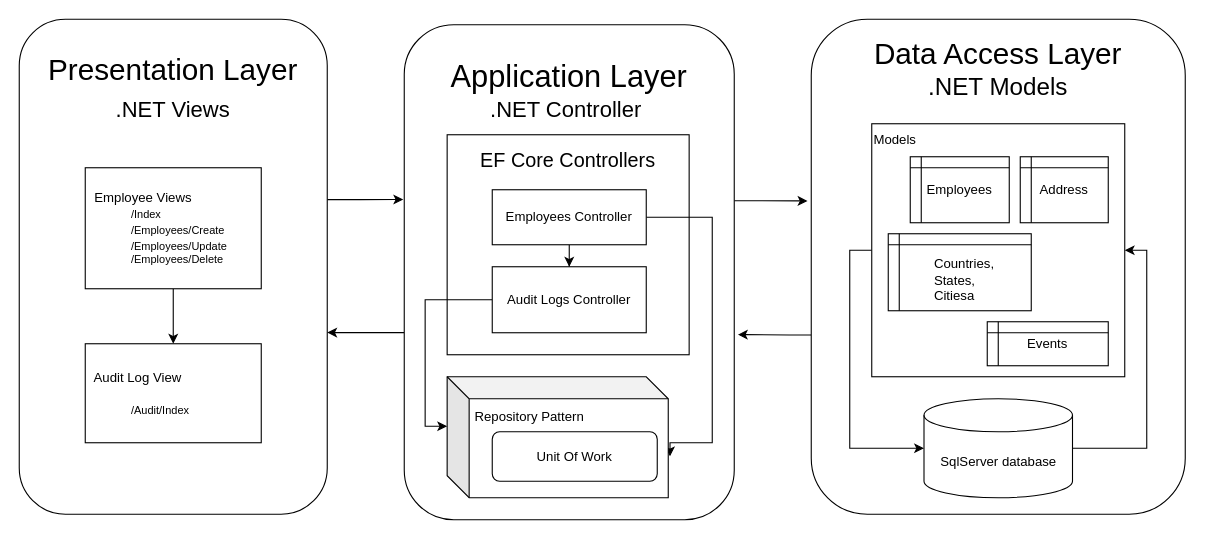
This is src/assets/Untitled Diagram.drawio from ShivaShirsath/React-AuditForEmp, a draw.io file, before an edit. Source tidied: cells renumbered, new cells numbered last; positions are measured from the earlier drawing's top-left corner, leaving out a move shared by most shapes. Both pictures are drawn from the tidied source at 110%, with x=0, y=0 at pixel (19, 19).
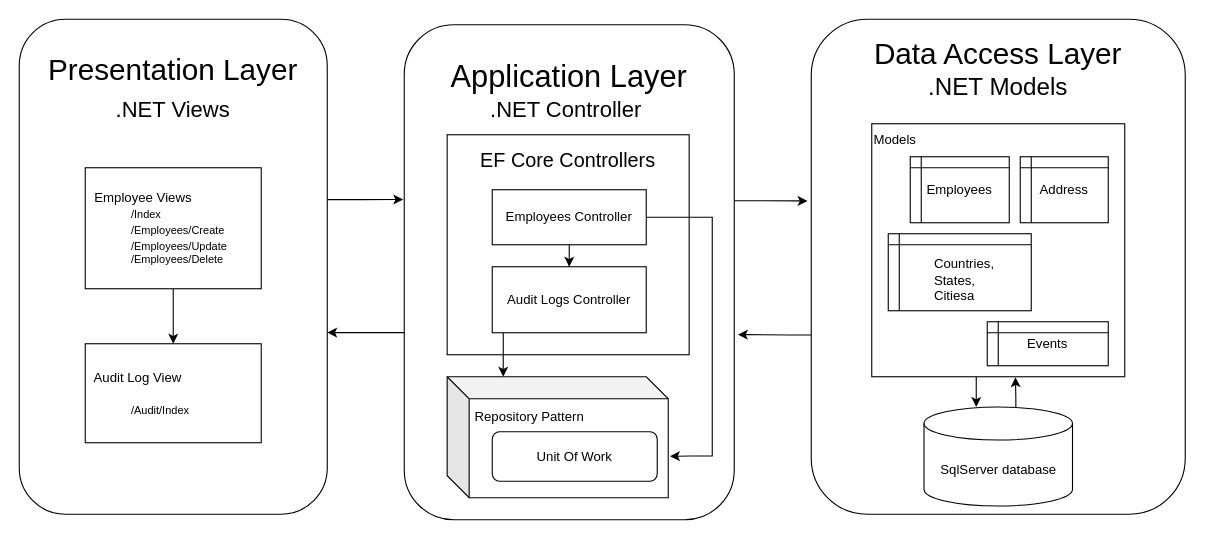
Above is the later version.

The change refers to these unchanged cells:
```xml
<mxCell id="15" value="Employees Controller" style="rounded=0;whiteSpace=wrap;html=1;" parent="1" vertex="1">
  <mxGeometry x="430" y="155" width="140" height="50" as="geometry" />
</mxCell>
<mxCell id="17" value="Audit Logs Controller" style="rounded=0;whiteSpace=wrap;html=1;" parent="1" vertex="1">
  <mxGeometry x="430" y="225" width="140" height="60" as="geometry" />
</mxCell>
<mxCell id="21" value="Models&lt;br&gt;&lt;br&gt;&lt;br&gt;&lt;br&gt;&lt;br&gt;&lt;br&gt;&lt;br&gt;&lt;br&gt;&lt;br&gt;&lt;br&gt;&lt;br&gt;&lt;br&gt;&lt;br&gt;&lt;br&gt;&lt;br&gt;" style="whiteSpace=wrap;html=1;align=left;" parent="1" vertex="1">
  <mxGeometry x="775" y="95" width="230" height="230" as="geometry" />
</mxCell>
<mxCell id="27" value="&amp;nbsp;Repository Pattern&amp;nbsp;&lt;font style=&quot;font-size: 2px;&quot;&gt;&lt;br&gt;&lt;br&gt;&lt;br&gt;&lt;/font&gt;&lt;br&gt;&lt;br&gt;" style="shape=cube;whiteSpace=wrap;html=1;boundedLbl=1;backgroundOutline=1;darkOpacity=0.05;darkOpacity2=0.1;align=left;" parent="1" vertex="1">
  <mxGeometry x="389" y="325" width="201" height="110" as="geometry" />
</mxCell>
```

The edit, as a diff of the source:
```diff
@@
     <mxCell id="14" style="edgeStyle=orthogonalEdgeStyle;rounded=0;jettySize=auto;html=1;entryX=1.008;entryY=0.658;entryDx=0;entryDy=0;entryPerimeter=0;" parent="1" edge="1" source="15" target="27">
       <mxGeometry relative="1" as="geometry">
         <Array as="points">
           <mxPoint x="630" y="180" />
-          <mxPoint x="630" y="385" />
-          <mxPoint x="592" y="385" />
+          <mxPoint x="630" y="397" />
+          <mxPoint x="610" y="397" />
         </Array>
       </mxGeometry>
     </mxCell>
@@
-    <mxCell id="16" style="edgeStyle=orthogonalEdgeStyle;rounded=0;jettySize=auto;html=1;entryX=0;entryY=0;entryDx=0;entryDy=45;entryPerimeter=0;" parent="1" edge="1" source="17" target="27">
+    <mxCell id="16" style="edgeStyle=orthogonalEdgeStyle;rounded=0;orthogonalLoop=1;jettySize=auto;html=1;" parent="1" edge="1">
       <mxGeometry relative="1" as="geometry">
+        <mxPoint x="440" y="285" as="sourcePoint" />
+        <mxPoint x="440" y="325" as="targetPoint" />
         <Array as="points">
-          <mxPoint x="369" y="255" />
-          <mxPoint x="369" y="370" />
+          <mxPoint x="440" y="315" />
+          <mxPoint x="440" y="315" />
         </Array>
       </mxGeometry>
     </mxCell>
@@
-    <mxCell id="18" style="edgeStyle=orthogonalEdgeStyle;rounded=0;jettySize=auto;html=1;entryX=1;entryY=0.5;entryDx=0;entryDy=0;" parent="1" edge="1" source="19" target="21">
+    <mxCell id="18" style="edgeStyle=orthogonalEdgeStyle;rounded=0;jettySize=auto;html=1;entryX=0.568;entryY=1.002;entryDx=0;entryDy=0;entryPerimeter=0;" parent="1" edge="1" source="19" target="21">
       <mxGeometry relative="1" as="geometry">
         <Array as="points">
-          <mxPoint x="1025" y="390" />
-          <mxPoint x="1025" y="210" />
+          <mxPoint x="906" y="345" />
+          <mxPoint x="906" y="345" />
         </Array>
       </mxGeometry>
     </mxCell>
     <mxCell id="19" value="SqlServer database" style="shape=cylinder3;whiteSpace=wrap;html=1;boundedLbl=1;backgroundOutline=1;size=15;" parent="1" vertex="1">
-      <mxGeometry x="822.5" y="345" width="135" height="90" as="geometry" />
+      <mxGeometry x="822.5" y="352.5" width="135" height="90" as="geometry" />
     </mxCell>
-    <mxCell id="20" style="edgeStyle=orthogonalEdgeStyle;rounded=0;jettySize=auto;html=1;exitX=0;exitY=0.5;exitDx=0;exitDy=0;entryX=0;entryY=0.5;entryDx=0;entryDy=0;entryPerimeter=0;" parent="1" edge="1" source="21" target="19">
-      <mxGeometry relative="1" as="geometry" />
+    <mxCell id="20" style="edgeStyle=orthogonalEdgeStyle;rounded=0;jettySize=auto;html=1;" parent="1" edge="1" source="21" target="19">
+      <mxGeometry relative="1" as="geometry">
+        <Array as="points">
+          <mxPoint x="870" y="335" />
+          <mxPoint x="870" y="335" />
+        </Array>
+      </mxGeometry>
     </mxCell>
```
